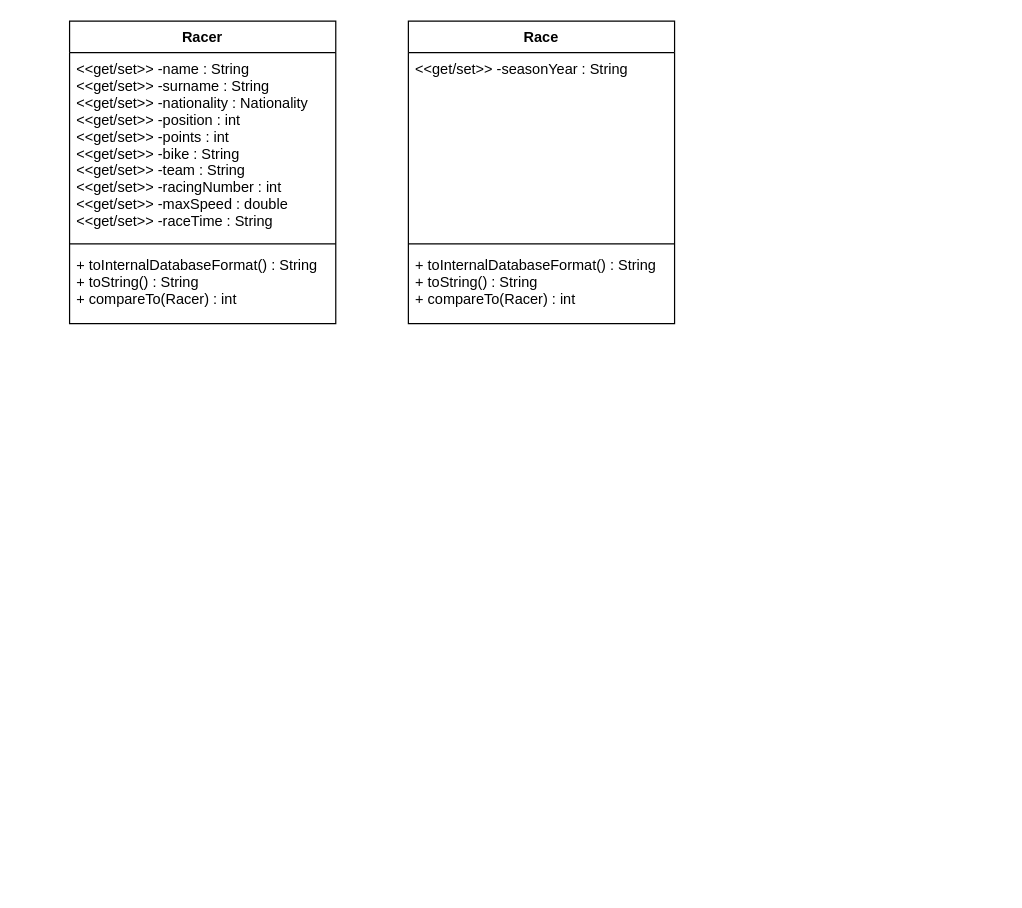
JakubStepanek/2122ALG2-Stepanek-RaceResults keeps this draw.io diagram as Untitled Diagram.drawio. Above is the earlier version. Source tidied: cells renumbered, new cells numbered last; positions are measured from the earlier drawing's top-left corner, leaving out a move shared by most shapes. Both pictures are drawn from the tidied source at 121%, with x=0, y=0 at pixel (69, 21).
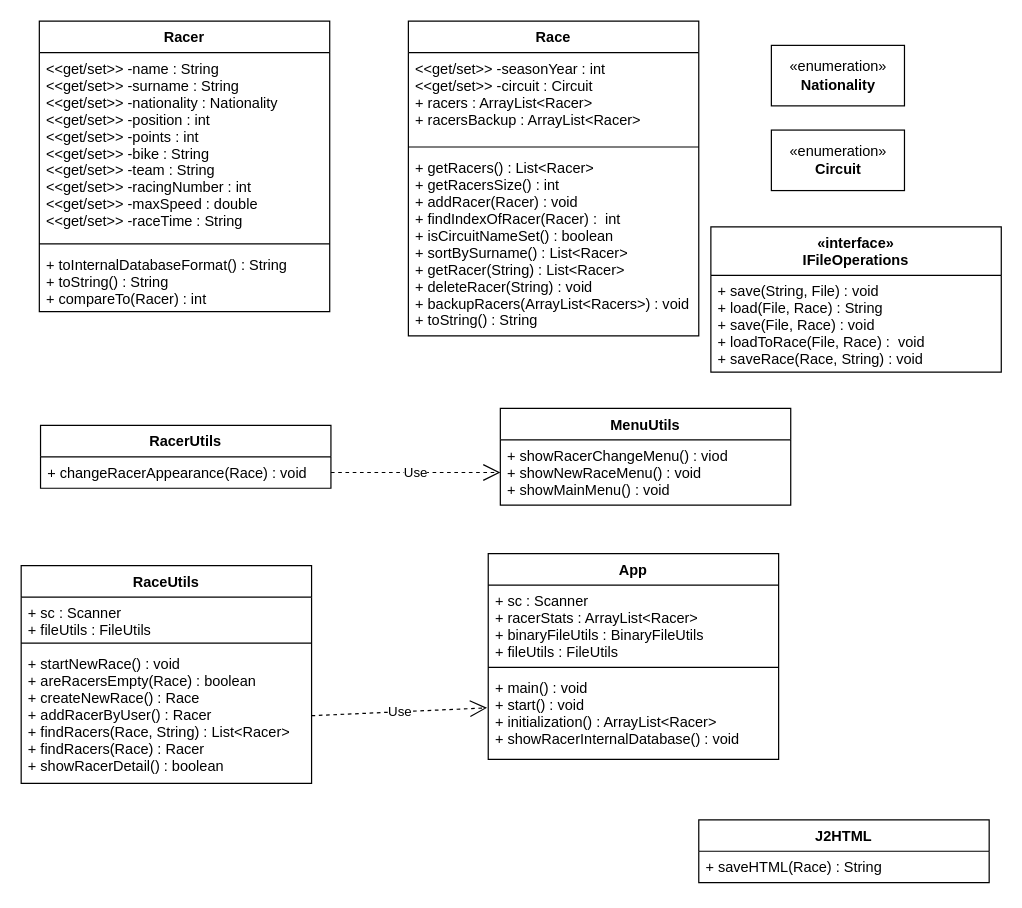
After the change.

Diff of the diagram source:
```diff
@@
     <mxCell id="2" value="Racer" style="swimlane;fontStyle=1;align=center;verticalAlign=top;horizontal=1;startSize=26;" parent="1" vertex="1">
-      <mxGeometry width="220" height="250" as="geometry" />
+      <mxGeometry x="-25" width="240" height="240" as="geometry" />
     </mxCell>
     <mxCell id="3" value="&lt;&lt;get/set&gt;&gt; -name : String&#10;&lt;&lt;get/set&gt;&gt; -surname : String&#10;&lt;&lt;get/set&gt;&gt; -nationality : Nationality&#10;&lt;&lt;get/set&gt;&gt; -position : int&#10;&lt;&lt;get/set&gt;&gt; -points : int&#10;&lt;&lt;get/set&gt;&gt; -bike : String&#10;&lt;&lt;get/set&gt;&gt; -team : String&#10;&lt;&lt;get/set&gt;&gt; -racingNumber : int&#10;&lt;&lt;get/set&gt;&gt; -maxSpeed : double&#10;&lt;&lt;get/set&gt;&gt; -raceTime : String" style="text;strokeColor=none;fillColor=none;align=left;verticalAlign=top;spacingLeft=4;spacingRight=4;overflow=hidden;" parent="2" vertex="1">
-      <mxGeometry y="26" width="220" height="154" as="geometry" />
+      <mxGeometry y="26" width="240" height="154" as="geometry" />
     </mxCell>
     <mxCell id="4" style="line;strokeWidth=1;fillColor=none;align=left;verticalAlign=middle;spacingTop=-1;spacingLeft=3;spacingRight=3;labelPosition=right;" parent="2" vertex="1">
-      <mxGeometry y="180" width="220" height="8" as="geometry" />
+      <mxGeometry y="180" width="240" height="8" as="geometry" />
     </mxCell>
     <mxCell id="5" value="+ toInternalDatabaseFormat() : String&#10;+ toString() : String&#10;+ compareTo(Racer) : int&#10;" style="text;strokeColor=none;fillColor=none;align=left;verticalAlign=top;spacingLeft=4;spacingRight=4;overflow=hidden;" parent="2" vertex="1">
-      <mxGeometry y="188" width="220" height="62" as="geometry" />
+      <mxGeometry y="188" width="240" height="52" as="geometry" />
     </mxCell>
     <mxCell id="6" value="Race" style="swimlane;fontStyle=1;align=center;verticalAlign=top;horizontal=1;startSize=26;" parent="1" vertex="1">
-      <mxGeometry x="280" width="220" height="250" as="geometry" />
+      <mxGeometry x="280" width="240" height="260" as="geometry" />
     </mxCell>
-    <mxCell id="7" value="&lt;&lt;get/set&gt;&gt; -seasonYear : String&#10;" style="text;strokeColor=none;fillColor=none;align=left;verticalAlign=top;spacingLeft=4;spacingRight=4;overflow=hidden;" parent="6" vertex="1">
-      <mxGeometry y="26" width="220" height="154" as="geometry" />
+    <mxCell id="7" value="&lt;&lt;get/set&gt;&gt; -seasonYear : int&#10;&lt;&lt;get/set&gt;&gt; -circuit : Circuit&#10;+ racers : ArrayList&lt;Racer&gt;&#10;+ racersBackup : ArrayList&lt;Racer&gt;&#10;&#10;" style="text;strokeColor=none;fillColor=none;align=left;verticalAlign=top;spacingLeft=4;spacingRight=4;overflow=hidden;" parent="6" vertex="1">
+      <mxGeometry y="26" width="240" height="74" as="geometry" />
     </mxCell>
     <mxCell id="8" style="line;strokeWidth=1;fillColor=none;align=left;verticalAlign=middle;spacingTop=-1;spacingLeft=3;spacingRight=3;labelPosition=right;" parent="6" vertex="1">
-      <mxGeometry y="180" width="220" height="8" as="geometry" />
+      <mxGeometry y="100" width="240" height="8" as="geometry" />
     </mxCell>
-    <mxCell id="9" value="+ toInternalDatabaseFormat() : String&#10;+ toString() : String&#10;+ compareTo(Racer) : int&#10;" style="text;strokeColor=none;fillColor=none;align=left;verticalAlign=top;spacingLeft=4;spacingRight=4;overflow=hidden;" parent="6" vertex="1">
-      <mxGeometry y="188" width="220" height="62" as="geometry" />
+    <mxCell id="9" value="+ getRacers() : List&lt;Racer&gt;&#10;+ getRacersSize() : int&#10;+ addRacer(Racer) : void&#10;+ findIndexOfRacer(Racer) :  int&#10;+ isCircuitNameSet() : boolean&#10;+ sortBySurname() : List&lt;Racer&gt;&#10;+ getRacer(String) : List&lt;Racer&gt;&#10;+ deleteRacer(String) : void&#10;+ backupRacers(ArrayList&lt;Racers&gt;) : void &#10;+ toString() : String&#10;" style="text;strokeColor=none;fillColor=none;align=left;verticalAlign=top;spacingLeft=4;spacingRight=4;overflow=hidden;" parent="6" vertex="1">
+      <mxGeometry y="108" width="240" height="152" as="geometry" />
     </mxCell>
+    <mxCell id="10" value="«enumeration»&lt;br&gt;&lt;b&gt;Nationality&lt;/b&gt;" style="html=1;" parent="1" vertex="1">
+      <mxGeometry x="580" y="20" width="110" height="50" as="geometry" />
+    </mxCell>
+    <mxCell id="11" value="«enumeration»&lt;br&gt;&lt;b&gt;Circuit&lt;/b&gt;" style="html=1;" parent="1" vertex="1">
+      <mxGeometry x="580" y="90" width="110" height="50" as="geometry" />
+    </mxCell>
+    <mxCell id="12" value="«interface»&#10;IFileOperations" style="swimlane;fontStyle=1;align=center;verticalAlign=top;horizontal=1;startSize=40;" parent="1" vertex="1">
+      <mxGeometry x="530" y="170" width="240" height="120" as="geometry" />
+    </mxCell>
+    <mxCell id="13" value="+ save(String, File) : void&#10;+ load(File, Race) : String&#10;+ save(File, Race) : void&#10;+ loadToRace(File, Race) :  void&#10;+ saveRace(Race, String) : void" style="text;strokeColor=none;fillColor=none;align=left;verticalAlign=top;spacingLeft=4;spacingRight=4;overflow=hidden;" parent="12" vertex="1">
+      <mxGeometry y="40" width="240" height="80" as="geometry" />
+    </mxCell>
+    <mxCell id="14" value="App" style="swimlane;fontStyle=1;align=center;verticalAlign=top;horizontal=1;startSize=26;" parent="1" vertex="1">
+      <mxGeometry x="346" y="440" width="240" height="170" as="geometry" />
+    </mxCell>
+    <mxCell id="15" value="+ sc : Scanner&#10;+ racerStats : ArrayList&lt;Racer&gt;  &#10;+ binaryFileUtils : BinaryFileUtils&#10;+ fileUtils : FileUtils" style="text;strokeColor=none;fillColor=none;align=left;verticalAlign=top;spacingLeft=4;spacingRight=4;overflow=hidden;" parent="14" vertex="1">
+      <mxGeometry y="26" width="240" height="64" as="geometry" />
+    </mxCell>
+    <mxCell id="16" style="line;strokeWidth=1;fillColor=none;align=left;verticalAlign=middle;spacingTop=-1;spacingLeft=3;spacingRight=3;labelPosition=right;" parent="14" vertex="1">
+      <mxGeometry y="90" width="240" height="8" as="geometry" />
+    </mxCell>
+    <mxCell id="17" value="+ main() : void&#10;+ start() : void&#10;+ initialization() : ArrayList&lt;Racer&gt;&#10;+ showRacerInternalDatabase() : void" style="text;strokeColor=none;fillColor=none;align=left;verticalAlign=top;spacingLeft=4;spacingRight=4;overflow=hidden;points=[[0,0.5],[1,0.5]];portConstraint=eastwest;" parent="14" vertex="1">
+      <mxGeometry y="98" width="240" height="72" as="geometry" />
+    </mxCell>
+    <mxCell id="18" value="J2HTML" style="swimlane;fontStyle=1;align=center;verticalAlign=top;horizontal=1;startSize=26;" parent="1" vertex="1">
+      <mxGeometry x="520" y="660" width="240" height="52" as="geometry" />
+    </mxCell>
+    <mxCell id="19" value="+ saveHTML(Race) : String" style="text;strokeColor=none;fillColor=none;align=left;verticalAlign=top;spacingLeft=4;spacingRight=4;overflow=hidden;" parent="18" vertex="1">
+      <mxGeometry y="26" width="240" height="26" as="geometry" />
+    </mxCell>
+    <mxCell id="20" value="MenuUtils" style="swimlane;fontStyle=1;align=center;verticalAlign=top;horizontal=1;startSize=26;" parent="1" vertex="1">
+      <mxGeometry x="356" y="320" width="240" height="80" as="geometry" />
+    </mxCell>
+    <mxCell id="21" value="+ showRacerChangeMenu() : viod&#10;+ showNewRaceMenu() : void&#10;+ showMainMenu() : void" style="text;strokeColor=none;fillColor=none;align=left;verticalAlign=top;spacingLeft=4;spacingRight=4;overflow=hidden;points=[[0,0.5],[1,0.5]];portConstraint=eastwest;" parent="20" vertex="1">
+      <mxGeometry y="26" width="240" height="54" as="geometry" />
+    </mxCell>
+    <mxCell id="22" value="RaceUtils" style="swimlane;fontStyle=1;align=center;verticalAlign=top;horizontal=1;startSize=26;" parent="1" vertex="1">
+      <mxGeometry x="-40" y="450" width="240" height="180" as="geometry" />
+    </mxCell>
+    <mxCell id="23" value="+ sc : Scanner&#10;+ fileUtils : FileUtils" style="text;strokeColor=none;fillColor=none;align=left;verticalAlign=top;spacingLeft=4;spacingRight=4;overflow=hidden;" parent="22" vertex="1">
+      <mxGeometry y="26" width="240" height="34" as="geometry" />
+    </mxCell>
+    <mxCell id="24" style="line;strokeWidth=1;fillColor=none;align=left;verticalAlign=middle;spacingTop=-1;spacingLeft=3;spacingRight=3;labelPosition=right;" parent="22" vertex="1">
+      <mxGeometry y="60" width="240" height="8" as="geometry" />
+    </mxCell>
+    <mxCell id="25" value="+ startNewRace() : void&#10;+ areRacersEmpty(Race) : boolean&#10;+ createNewRace() : Race&#10;+ addRacerByUser() : Racer&#10;+ findRacers(Race, String) : List&lt;Racer&gt;&#10;+ findRacers(Race) : Racer&#10;+ showRacerDetail() : boolean" style="text;strokeColor=none;fillColor=none;align=left;verticalAlign=top;spacingLeft=4;spacingRight=4;overflow=hidden;points=[[0,0.5],[1,0.5]];portConstraint=eastwest;" parent="22" vertex="1">
+      <mxGeometry y="68" width="240" height="112" as="geometry" />
+    </mxCell>
+    <mxCell id="26" value="RacerUtils" style="swimlane;fontStyle=1;align=center;verticalAlign=top;horizontal=1;startSize=26;" parent="1" vertex="1">
+      <mxGeometry x="-24" y="334" width="240" height="52" as="geometry" />
+    </mxCell>
+    <mxCell id="27" value="+ changeRacerAppearance(Race) : void" style="text;strokeColor=none;fillColor=none;align=left;verticalAlign=top;spacingLeft=4;spacingRight=4;overflow=hidden;points=[[0,0.5],[1,0.5]];portConstraint=eastwest;" parent="26" vertex="1">
+      <mxGeometry y="26" width="240" height="26" as="geometry" />
+    </mxCell>
+    <mxCell id="28" value="Use" style="endArrow=open;endSize=12;dashed=1;html=1;rounded=0;exitX=1;exitY=0.5;exitDx=0;exitDy=0;entryX=-0.004;entryY=0.41;entryDx=0;entryDy=0;entryPerimeter=0;" parent="1" edge="1" source="25" target="17">
+      <mxGeometry relative="1" as="geometry" />
+    </mxCell>
+    <mxCell id="29" value="Use" style="endArrow=open;endSize=12;dashed=1;html=1;rounded=0;entryX=0;entryY=0.5;entryDx=0;entryDy=0;exitX=1;exitY=0.5;exitDx=0;exitDy=0;" parent="1" edge="1" source="27" target="21">
+      <mxGeometry relative="1" as="geometry" />
+    </mxCell>
```
